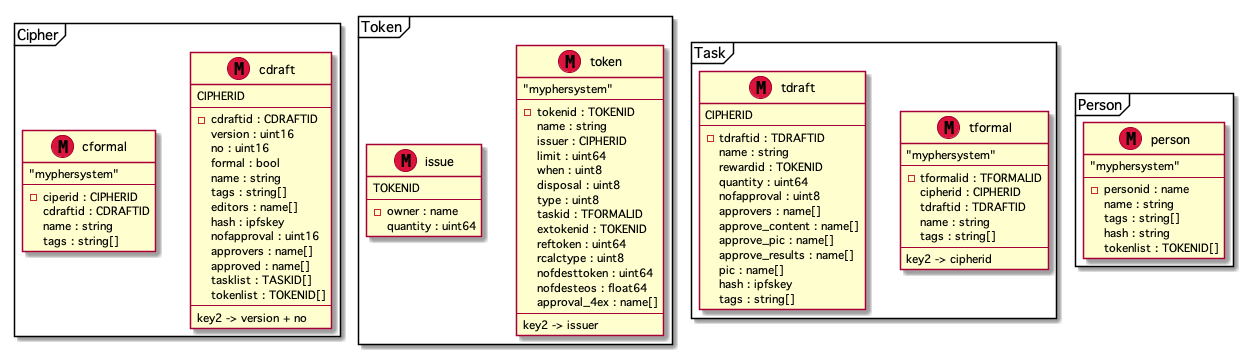
Before: doc/data_structure.png, a diagram exported from PlantUML (mypher/mypher).
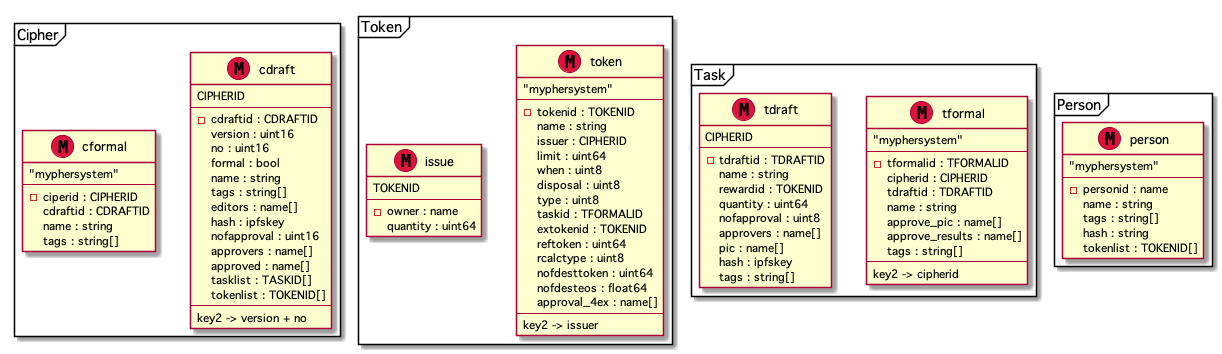
Later version of the same file.

The edit, as a diff of the source:
```diff
@@ -71,6 +71,8 @@
 		cipherid : CIPHERID
 		tdraftid : TDRAFTID
 		name : string
+		approve_pic : name[]
+		approve_results : name[]
 		tags : string[]
 		--
 		key2 -> cipherid
@@ -84,9 +86,6 @@
 		quantity : uint64
 		nofapproval : uint8
 		approvers : name[]
-		approve_content : name[]
-		approve_pic : name[]
-		approve_results : name[]
 		pic : name[]
 		hash : ipfskey
 		tags : string[]
```
